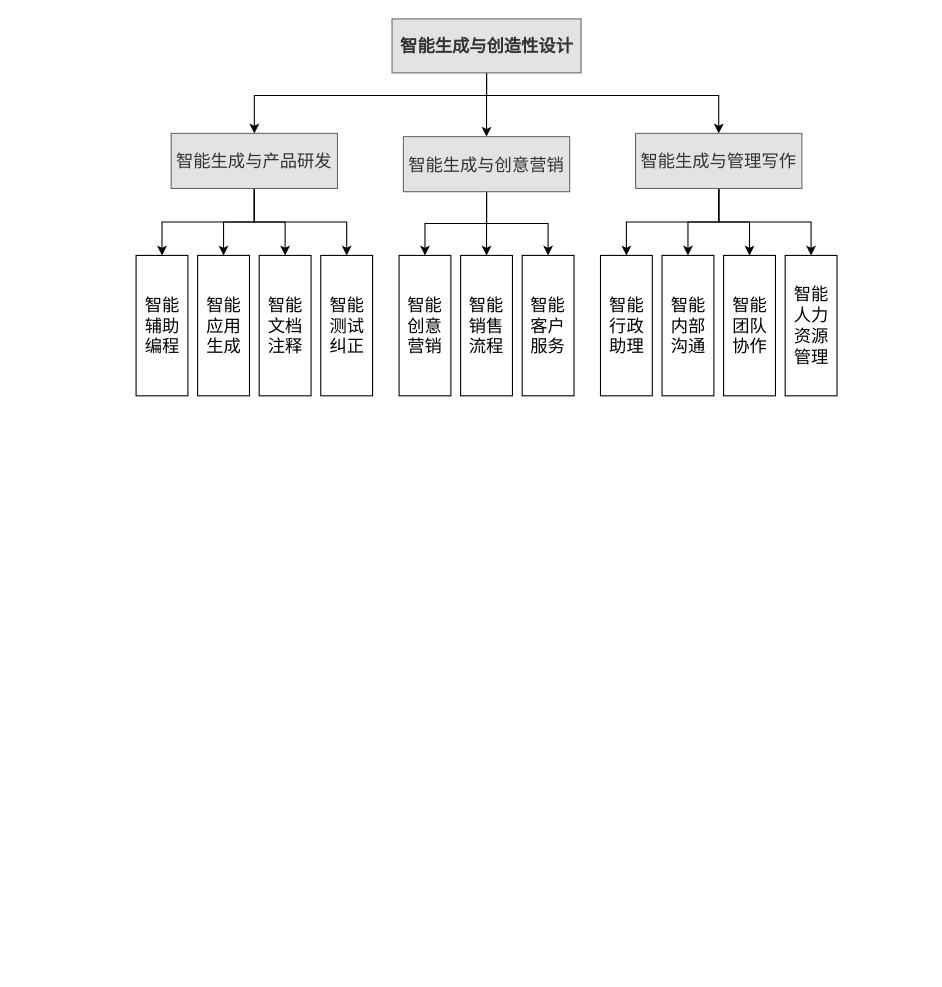
The draw.io diagram 书稿.drawio in GPlaying/brain_map, before the edit. Source tidied: cells renumbered, new cells numbered last; positions are measured from the earlier drawing's top-left corner, leaving out a move shared by most shapes. Both pictures are drawn from the tidied source at 108%, with x=0, y=0 at pixel (136, 18).
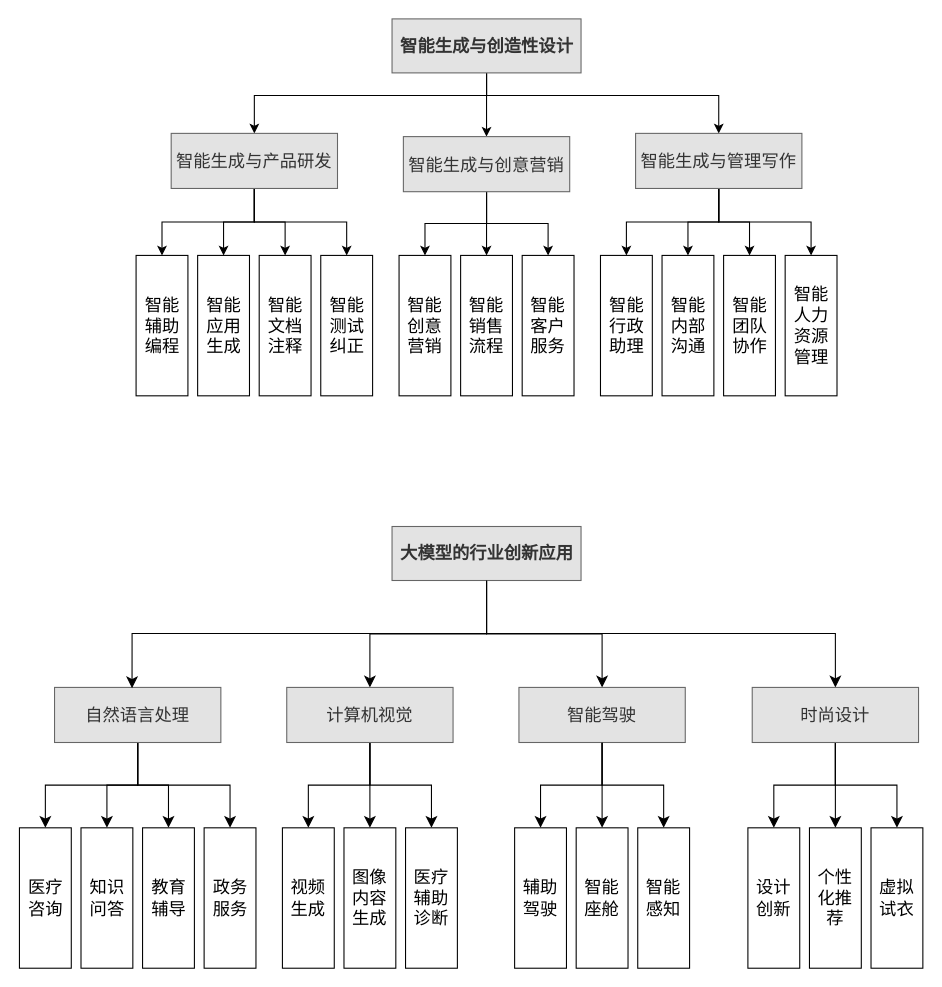
After the change.

The edit, as a diff of the source:
```diff
@@
+    <mxCell id="31" style="edgeStyle=orthogonalEdgeStyle;rounded=0;jettySize=auto;html=1;entryX=0.5;entryY=0;entryDx=0;entryDy=0;strokeColor=default;align=center;verticalAlign=middle;fontFamily=Helvetica;fontSize=12;fontColor=default;labelBackgroundColor=default;startSize=8;endArrow=classic;endSize=8;" parent="1" edge="1" source="34" target="43">
+      <mxGeometry relative="1" as="geometry" />
+    </mxCell>
+    <mxCell id="32" style="edgeStyle=orthogonalEdgeStyle;rounded=0;jettySize=auto;html=1;strokeColor=default;align=center;verticalAlign=middle;fontFamily=Helvetica;fontSize=12;fontColor=default;labelBackgroundColor=default;startSize=8;endArrow=classic;endSize=8;" parent="1" edge="1" source="34" target="46">
+      <mxGeometry relative="1" as="geometry" />
+    </mxCell>
+    <mxCell id="33" style="edgeStyle=orthogonalEdgeStyle;rounded=0;jettySize=auto;html=1;strokeColor=default;align=center;verticalAlign=middle;fontFamily=Helvetica;fontSize=12;fontColor=default;labelBackgroundColor=default;startSize=8;endArrow=classic;endSize=8;" parent="1" edge="1" source="34" target="50">
+      <mxGeometry relative="1" as="geometry">
+        <Array as="points">
+          <mxPoint x="324" y="569" />
+          <mxPoint x="647" y="569" />
+        </Array>
+      </mxGeometry>
+    </mxCell>
+    <mxCell id="34" value="大模型的行业创新应用" style="rounded=0;whiteSpace=wrap;html=1;fontFamily=仿宋;fontSize=16;fillColor=#E3E3E3;strokeColor=#666666;fontStyle=1;fontColor=#333333;" parent="1" vertex="1">
+      <mxGeometry x="236.5" y="470" width="175" height="50" as="geometry" />
+    </mxCell>
+    <mxCell id="35" style="edgeStyle=orthogonalEdgeStyle;rounded=0;jettySize=auto;html=1;strokeColor=default;align=center;verticalAlign=middle;fontFamily=Helvetica;fontSize=12;fontColor=default;labelBackgroundColor=default;startSize=8;endArrow=classic;endSize=8;" parent="1" edge="1" source="39" target="51">
+      <mxGeometry relative="1" as="geometry" />
+    </mxCell>
+    <mxCell id="36" style="edgeStyle=orthogonalEdgeStyle;rounded=0;jettySize=auto;html=1;strokeColor=default;align=center;verticalAlign=middle;fontFamily=Helvetica;fontSize=12;fontColor=default;labelBackgroundColor=default;startSize=8;endArrow=classic;endSize=8;" parent="1" edge="1" source="39" target="52">
+      <mxGeometry relative="1" as="geometry" />
+    </mxCell>
+    <mxCell id="37" style="edgeStyle=orthogonalEdgeStyle;rounded=0;jettySize=auto;html=1;strokeColor=default;align=center;verticalAlign=middle;fontFamily=Helvetica;fontSize=12;fontColor=default;labelBackgroundColor=default;startSize=8;endArrow=classic;endSize=8;" parent="1" edge="1" source="39" target="53">
+      <mxGeometry relative="1" as="geometry" />
+    </mxCell>
+    <mxCell id="38" style="edgeStyle=orthogonalEdgeStyle;rounded=0;jettySize=auto;html=1;strokeColor=default;align=center;verticalAlign=middle;fontFamily=Helvetica;fontSize=12;fontColor=default;labelBackgroundColor=default;startSize=8;endArrow=classic;endSize=8;" parent="1" edge="1" source="39" target="54">
+      <mxGeometry relative="1" as="geometry" />
+    </mxCell>
+    <mxCell id="39" value="自然语言处理" style="rounded=0;whiteSpace=wrap;html=1;fontFamily=仿宋;fontSize=16;fillColor=#E3E3E3;strokeColor=#666666;fontColor=#333333;" parent="1" vertex="1">
+      <mxGeometry x="-76" y="619" width="154" height="51" as="geometry" />
+    </mxCell>
+    <mxCell id="40" style="edgeStyle=orthogonalEdgeStyle;rounded=0;jettySize=auto;html=1;entryX=0.5;entryY=0;entryDx=0;entryDy=0;strokeColor=default;align=center;verticalAlign=middle;fontFamily=Helvetica;fontSize=12;fontColor=default;labelBackgroundColor=default;startSize=8;endArrow=classic;endSize=8;" parent="1" edge="1" source="43" target="55">
+      <mxGeometry relative="1" as="geometry" />
+    </mxCell>
+    <mxCell id="41" style="edgeStyle=orthogonalEdgeStyle;rounded=0;jettySize=auto;html=1;strokeColor=default;align=center;verticalAlign=middle;fontFamily=Helvetica;fontSize=12;fontColor=default;labelBackgroundColor=default;startSize=8;endArrow=classic;endSize=8;" parent="1" edge="1" source="43" target="56">
+      <mxGeometry relative="1" as="geometry" />
+    </mxCell>
+    <mxCell id="42" style="edgeStyle=orthogonalEdgeStyle;rounded=0;jettySize=auto;html=1;strokeColor=default;align=center;verticalAlign=middle;fontFamily=Helvetica;fontSize=12;fontColor=default;labelBackgroundColor=default;startSize=8;endArrow=classic;endSize=8;" parent="1" edge="1" source="43" target="57">
+      <mxGeometry relative="1" as="geometry" />
+    </mxCell>
+    <mxCell id="43" value="计算机视觉" style="rounded=0;whiteSpace=wrap;html=1;fontFamily=仿宋;fontSize=16;fillColor=#E3E3E3;strokeColor=#666666;fontColor=#333333;" parent="1" vertex="1">
+      <mxGeometry x="139" y="619" width="154" height="51" as="geometry" />
+    </mxCell>
+    <mxCell id="44" style="edgeStyle=orthogonalEdgeStyle;rounded=0;jettySize=auto;html=1;strokeColor=default;align=center;verticalAlign=middle;fontFamily=Helvetica;fontSize=12;fontColor=default;labelBackgroundColor=default;startSize=8;endArrow=classic;endSize=8;" parent="1" edge="1" source="46" target="58">
+      <mxGeometry relative="1" as="geometry" />
+    </mxCell>
+    <mxCell id="45" style="edgeStyle=orthogonalEdgeStyle;rounded=0;jettySize=auto;html=1;strokeColor=default;align=center;verticalAlign=middle;fontFamily=Helvetica;fontSize=12;fontColor=default;labelBackgroundColor=default;startSize=8;endArrow=classic;endSize=8;" parent="1" edge="1" source="46" target="60">
+      <mxGeometry relative="1" as="geometry" />
+    </mxCell>
+    <mxCell id="46" value="智能驾驶" style="rounded=0;whiteSpace=wrap;html=1;fontFamily=仿宋;fontSize=16;fillColor=#E3E3E3;strokeColor=#666666;fontColor=#333333;" parent="1" vertex="1">
+      <mxGeometry x="354" y="619" width="154" height="51" as="geometry" />
+    </mxCell>
+    <mxCell id="47" style="edgeStyle=orthogonalEdgeStyle;rounded=0;jettySize=auto;html=1;strokeColor=default;align=center;verticalAlign=middle;fontFamily=Helvetica;fontSize=12;fontColor=default;labelBackgroundColor=default;startSize=8;endArrow=classic;endSize=8;" parent="1" edge="1" source="50" target="61">
+      <mxGeometry relative="1" as="geometry" />
+    </mxCell>
+    <mxCell id="48" style="edgeStyle=orthogonalEdgeStyle;rounded=0;jettySize=auto;html=1;strokeColor=default;align=center;verticalAlign=middle;fontFamily=Helvetica;fontSize=12;fontColor=default;labelBackgroundColor=default;startSize=8;endArrow=classic;endSize=8;" parent="1" edge="1" source="50" target="62">
+      <mxGeometry relative="1" as="geometry" />
+    </mxCell>
+    <mxCell id="49" style="edgeStyle=orthogonalEdgeStyle;rounded=0;jettySize=auto;html=1;strokeColor=default;align=center;verticalAlign=middle;fontFamily=Helvetica;fontSize=12;fontColor=default;labelBackgroundColor=default;startSize=8;endArrow=classic;endSize=8;" parent="1" edge="1" source="50" target="63">
+      <mxGeometry relative="1" as="geometry" />
+    </mxCell>
+    <mxCell id="50" value="时尚设计" style="rounded=0;whiteSpace=wrap;html=1;fontFamily=仿宋;fontSize=16;fillColor=#E3E3E3;strokeColor=#666666;fontColor=#333333;" parent="1" vertex="1">
+      <mxGeometry x="570" y="619" width="154" height="51" as="geometry" />
+    </mxCell>
+    <mxCell id="51" value="医疗咨询" style="rounded=0;whiteSpace=wrap;html=1;fontFamily=仿宋;fontSize=16;" parent="1" vertex="1">
+      <mxGeometry x="-108.5" y="749" width="48" height="130" as="geometry" />
+    </mxCell>
+    <mxCell id="52" value="知识问答" style="rounded=0;whiteSpace=wrap;html=1;fontFamily=仿宋;fontSize=16;" parent="1" vertex="1">
+      <mxGeometry x="-51.5" y="749" width="48" height="130" as="geometry" />
+    </mxCell>
+    <mxCell id="53" value="教育辅导" style="rounded=0;whiteSpace=wrap;html=1;fontFamily=仿宋;fontSize=16;" parent="1" vertex="1">
+      <mxGeometry x="5.5" y="749" width="48" height="130" as="geometry" />
+    </mxCell>
+    <mxCell id="54" value="政务服务" style="rounded=0;whiteSpace=wrap;html=1;fontFamily=仿宋;fontSize=16;" parent="1" vertex="1">
+      <mxGeometry x="62.5" y="749" width="48" height="130" as="geometry" />
+    </mxCell>
+    <mxCell id="55" value="视频生成" style="rounded=0;whiteSpace=wrap;html=1;fontFamily=仿宋;fontSize=16;" parent="1" vertex="1">
+      <mxGeometry x="135" y="749" width="48" height="130" as="geometry" />
+    </mxCell>
+    <mxCell id="56" value="图像内容生成" style="rounded=0;whiteSpace=wrap;html=1;fontFamily=仿宋;fontSize=16;" parent="1" vertex="1">
+      <mxGeometry x="192" y="749" width="48" height="130" as="geometry" />
+    </mxCell>
+    <mxCell id="57" value="医疗辅助诊断" style="rounded=0;whiteSpace=wrap;html=1;fontFamily=仿宋;fontSize=16;" parent="1" vertex="1">
+      <mxGeometry x="249" y="749" width="48" height="130" as="geometry" />
+    </mxCell>
+    <mxCell id="58" value="辅助驾驶" style="rounded=0;whiteSpace=wrap;html=1;fontFamily=仿宋;fontSize=16;" parent="1" vertex="1">
+      <mxGeometry x="350" y="749" width="48" height="130" as="geometry" />
+    </mxCell>
+    <mxCell id="59" value="智能座舱" style="rounded=0;whiteSpace=wrap;html=1;fontFamily=仿宋;fontSize=16;" parent="1" vertex="1">
+      <mxGeometry x="407" y="749" width="48" height="130" as="geometry" />
+    </mxCell>
+    <mxCell id="60" value="智能感知" style="rounded=0;whiteSpace=wrap;html=1;fontFamily=仿宋;fontSize=16;" parent="1" vertex="1">
+      <mxGeometry x="464" y="749" width="48" height="130" as="geometry" />
+    </mxCell>
+    <mxCell id="61" value="设计创新" style="rounded=0;whiteSpace=wrap;html=1;fontFamily=仿宋;fontSize=16;" parent="1" vertex="1">
+      <mxGeometry x="566" y="749" width="48" height="130" as="geometry" />
+    </mxCell>
+    <mxCell id="62" value="个性化推荐" style="rounded=0;whiteSpace=wrap;html=1;fontFamily=仿宋;fontSize=16;align=center;" parent="1" vertex="1">
+      <mxGeometry x="623" y="749" width="48" height="130" as="geometry" />
+    </mxCell>
+    <mxCell id="63" value="虚拟试衣" style="rounded=0;whiteSpace=wrap;html=1;fontFamily=仿宋;fontSize=16;" parent="1" vertex="1">
+      <mxGeometry x="680" y="749" width="48" height="130" as="geometry" />
+    </mxCell>
+    <mxCell id="64" style="edgeStyle=orthogonalEdgeStyle;rounded=0;jettySize=auto;html=1;entryX=0.466;entryY=0.014;entryDx=0;entryDy=0;entryPerimeter=0;fontSize=12;startSize=8;endSize=8;" parent="1" edge="1" source="34" target="39">
+      <mxGeometry relative="1" as="geometry">
+        <Array as="points">
+          <mxPoint x="324" y="569" />
+          <mxPoint x="-4" y="569" />
+        </Array>
+      </mxGeometry>
+    </mxCell>
+    <mxCell id="65" style="edgeStyle=orthogonalEdgeStyle;rounded=0;jettySize=auto;html=1;entryX=0.5;entryY=0;entryDx=0;entryDy=0;strokeColor=default;align=center;verticalAlign=middle;fontFamily=Helvetica;fontSize=12;fontColor=default;labelBackgroundColor=default;startSize=8;endArrow=classic;endSize=8;" parent="1" edge="1" source="46" target="59">
+      <mxGeometry relative="1" as="geometry" />
+    </mxCell>
```
